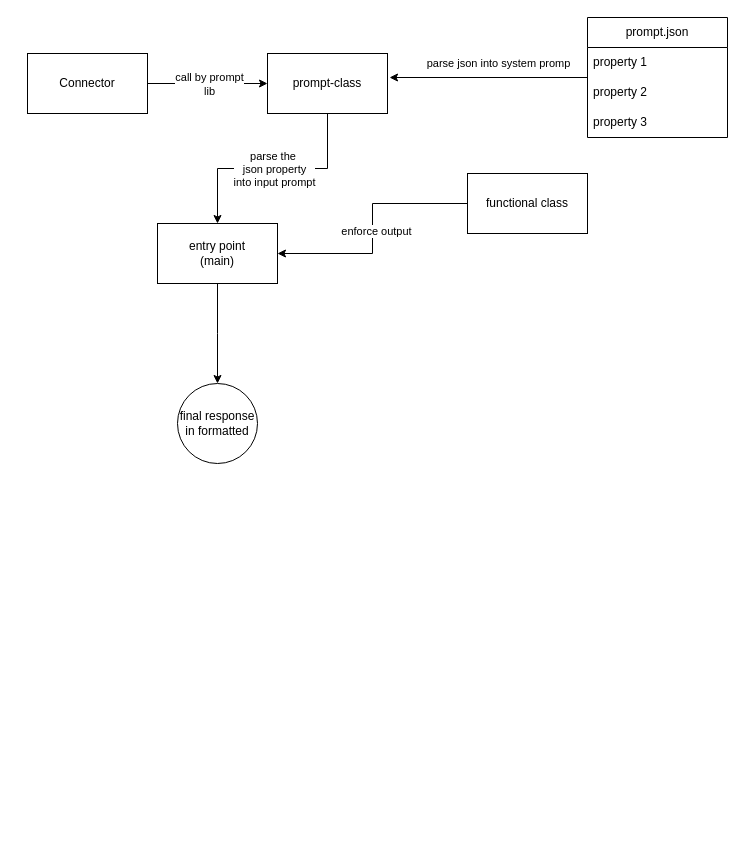
Earlier version of the draw.io diagram agentic/system_design.drawio (phungh67/devops-journal). Source tidied: cells renumbered, new cells numbered last; positions are measured from the earlier drawing's top-left corner, leaving out a move shared by most shapes. Both pictures are drawn from the tidied source at 100%, with x=0, y=0 at pixel (27, 17).
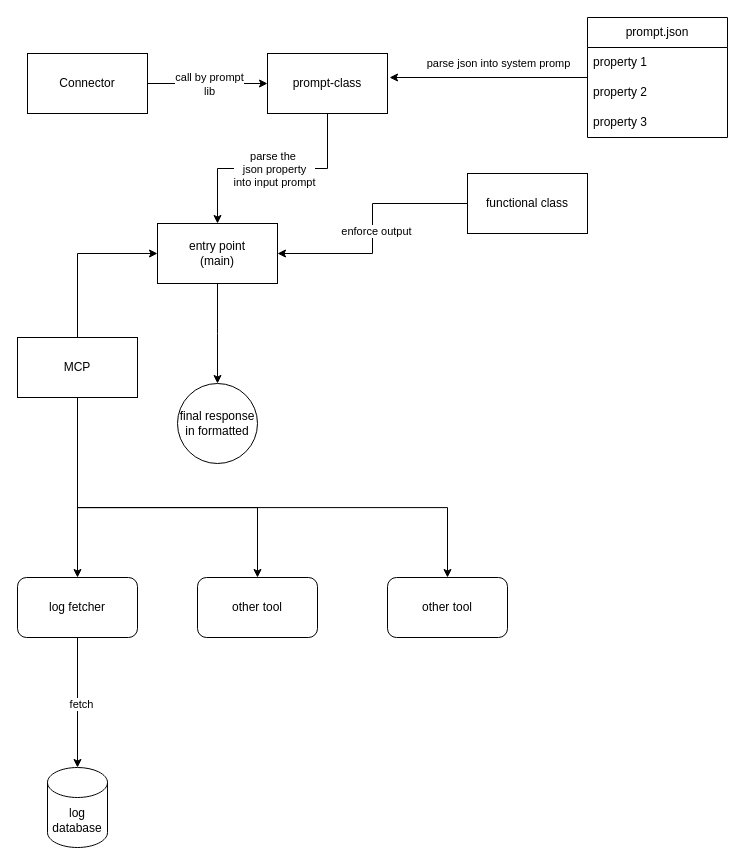
Above is the later version.

The change refers to these unchanged cells:
```xml
<mxCell id="15" value="&lt;div&gt;entry point&lt;/div&gt;&lt;div&gt;(main)&lt;/div&gt;" style="rounded=0;whiteSpace=wrap;html=1;" parent="1" vertex="1">
  <mxGeometry x="130" y="206" width="120" height="60" as="geometry" />
</mxCell>
```

Change to the diagram source:
```diff
@@
+    <mxCell id="20" style="edgeStyle=orthogonalEdgeStyle;rounded=0;jettySize=auto;html=1;exitX=0.5;exitY=1;exitDx=0;exitDy=0;entryX=0.5;entryY=0;entryDx=0;entryDy=0;" parent="1" edge="1" source="24" target="26">
+      <mxGeometry relative="1" as="geometry" />
+    </mxCell>
+    <mxCell id="21" style="edgeStyle=orthogonalEdgeStyle;rounded=0;jettySize=auto;html=1;exitX=0.5;exitY=0;exitDx=0;exitDy=0;entryX=0;entryY=0.5;entryDx=0;entryDy=0;" parent="1" edge="1" source="24" target="15">
+      <mxGeometry relative="1" as="geometry" />
+    </mxCell>
+    <mxCell id="22" style="edgeStyle=orthogonalEdgeStyle;rounded=0;jettySize=auto;html=1;entryX=0.5;entryY=0;entryDx=0;entryDy=0;" parent="1" edge="1" source="24" target="29">
+      <mxGeometry relative="1" as="geometry">
+        <Array as="points">
+          <mxPoint x="50" y="490.1" />
+          <mxPoint x="230" y="490.1" />
+        </Array>
+      </mxGeometry>
+    </mxCell>
+    <mxCell id="23" style="edgeStyle=orthogonalEdgeStyle;rounded=0;jettySize=auto;html=1;exitX=0.5;exitY=1;exitDx=0;exitDy=0;" parent="1" edge="1" source="24" target="30">
+      <mxGeometry relative="1" as="geometry">
+        <Array as="points">
+          <mxPoint x="50" y="490.1" />
+          <mxPoint x="420" y="490.1" />
+        </Array>
+      </mxGeometry>
+    </mxCell>
+    <mxCell id="24" value="MCP" style="rounded=0;whiteSpace=wrap;html=1;" parent="1" vertex="1">
+      <mxGeometry x="-10" y="320" width="120" height="60" as="geometry" />
+    </mxCell>
+    <mxCell id="25" value="log database" style="shape=cylinder3;whiteSpace=wrap;html=1;boundedLbl=1;backgroundOutline=1;size=15;" parent="1" vertex="1">
+      <mxGeometry x="20" y="750" width="60" height="80" as="geometry" />
+    </mxCell>
+    <mxCell id="26" value="log fetcher" style="rounded=1;whiteSpace=wrap;html=1;" parent="1" vertex="1">
+      <mxGeometry x="-10" y="560" width="120" height="60" as="geometry" />
+    </mxCell>
+    <mxCell id="27" style="edgeStyle=orthogonalEdgeStyle;rounded=0;jettySize=auto;html=1;exitX=0.5;exitY=1;exitDx=0;exitDy=0;entryX=0.5;entryY=0;entryDx=0;entryDy=0;entryPerimeter=0;" parent="1" edge="1" source="26" target="25">
+      <mxGeometry relative="1" as="geometry" />
+    </mxCell>
+    <mxCell id="28" value="fetch" style="edgeLabel;html=1;align=center;verticalAlign=middle;" parent="27" vertex="1">
+      <mxGeometry y="3" relative="1" as="geometry">
+        <mxPoint y="1" as="offset" />
+      </mxGeometry>
+    </mxCell>
+    <mxCell id="29" value="other tool" style="rounded=1;whiteSpace=wrap;html=1;" parent="1" vertex="1">
+      <mxGeometry x="170" y="560" width="120" height="60" as="geometry" />
+    </mxCell>
+    <mxCell id="30" value="other tool" style="rounded=1;whiteSpace=wrap;html=1;" parent="1" vertex="1">
+      <mxGeometry x="360" y="560" width="120" height="60" as="geometry" />
+    </mxCell>
```
